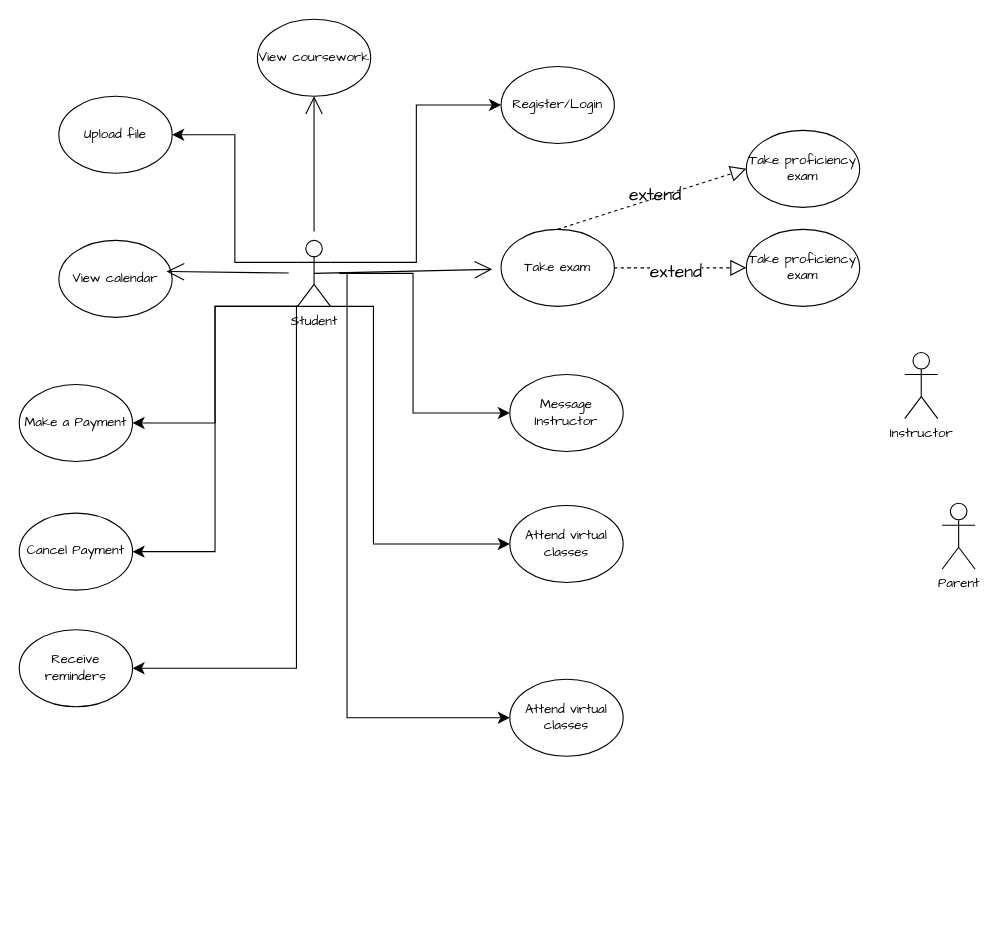
The draw.io diagram Untitled Diagram.drawio in Lily010304/Tasks, before the edit. Source tidied: cells renumbered, new cells numbered last; positions are measured from the earlier drawing's top-left corner, leaving out a move shared by most shapes. Both pictures are drawn from the tidied source at 110%, with x=0, y=0 at pixel (19, 19).
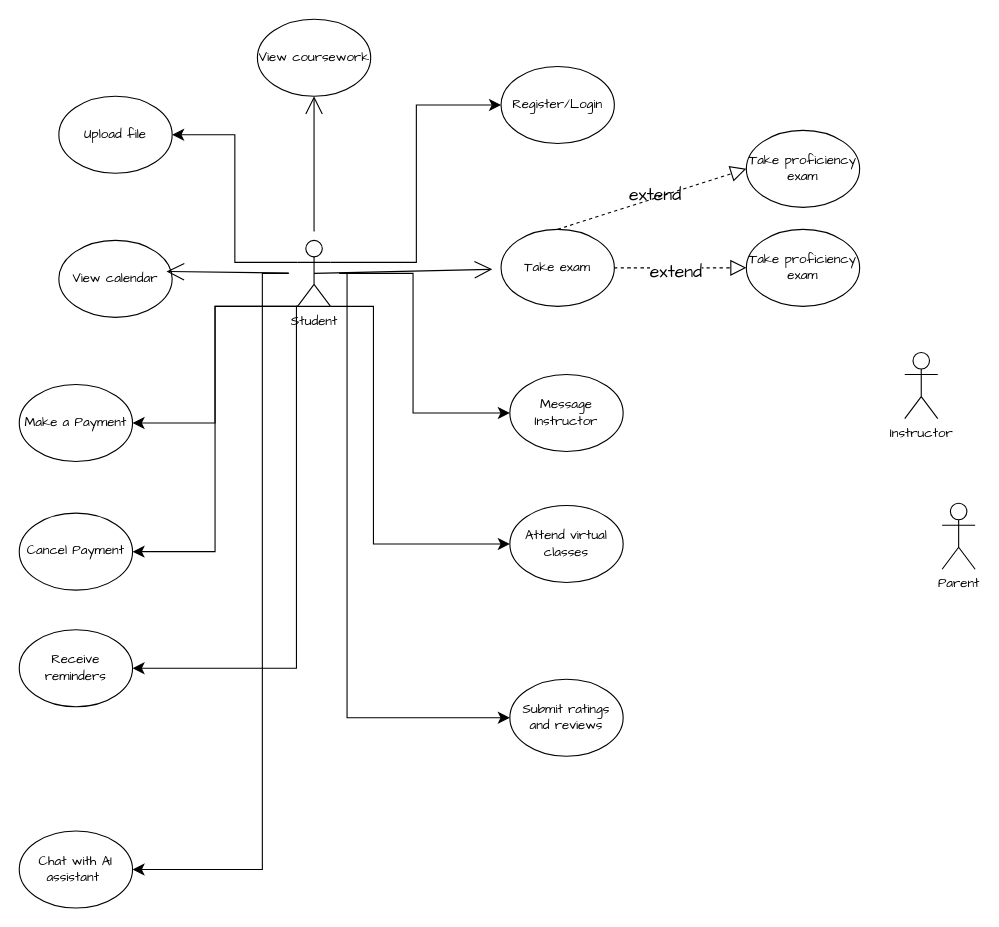
The same diagram, later.

Commit message:
use case

Unchanged cells that the change refers to:
```xml
<mxCell id="4" value="Student&lt;div&gt;&lt;br&gt;&lt;/div&gt;" style="shape=umlActor;verticalLabelPosition=bottom;verticalAlign=top;html=1;outlineConnect=0;fontFamily=Architects Daughter;" parent="1" vertex="1">
  <mxGeometry x="253" y="201" width="30" height="60" as="geometry" />
</mxCell>
```

Diff of the diagram source:
```diff
@@
-    <mxCell id="31" value="Attend virtual classes" style="ellipse;whiteSpace=wrap;html=1;fontFamily=Architects Daughter;" parent="1" vertex="1">
+    <mxCell id="31" value="Submit ratings and reviews" style="ellipse;whiteSpace=wrap;html=1;fontFamily=Architects Daughter;" parent="1" vertex="1">
       <mxGeometry x="446" y="600" width="103" height="70" as="geometry" />
     </mxCell>
@@
+    <mxCell id="33" value="Chat with AI assistant&amp;nbsp;" style="ellipse;whiteSpace=wrap;html=1;fontFamily=Architects Daughter;" parent="1" vertex="1">
+      <mxGeometry y="738" width="103" height="70" as="geometry" />
+    </mxCell>
+    <mxCell id="34" style="edgeStyle=elbowEdgeStyle;elbow=horizontal;endArrow=classic;html=1;curved=0;rounded=0;endSize=8;startSize=8;fontFamily=Architects Daughter;fontSize=16;sourcePerimeterSpacing=8;targetPerimeterSpacing=8;entryX=1;entryY=0.5;entryDx=0;entryDy=0;" parent="1" edge="1" source="4" target="33">
+      <mxGeometry relative="1" as="geometry">
+        <Array as="points">
+          <mxPoint x="221" y="513" />
+        </Array>
+      </mxGeometry>
+    </mxCell>
```
